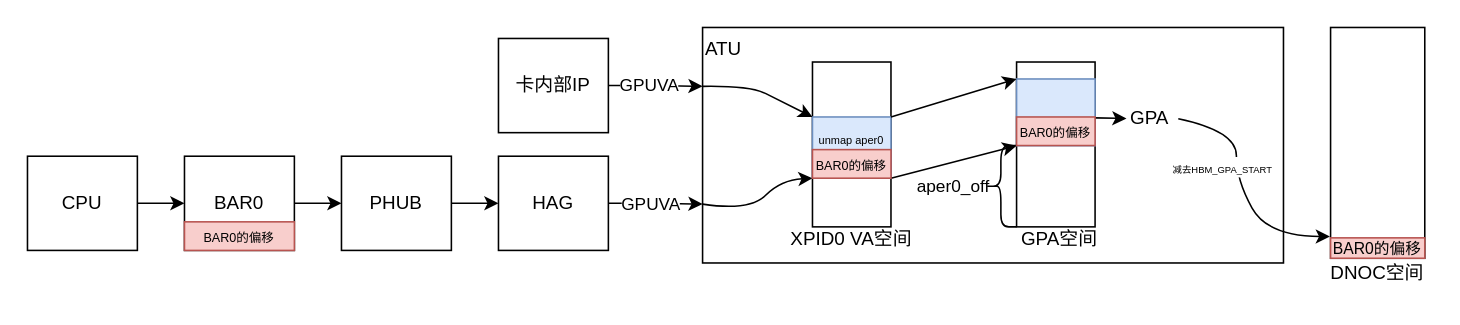
Earlier version of the draw.io diagram hag工作原理图.drawio (denglin12315/drawio_repo). Source tidied: cells renumbered, new cells numbered last; positions are measured from the earlier drawing's top-left corner, leaving out a move shared by most shapes. Both pictures are drawn from the tidied source at 157%, with x=0, y=0 at pixel (27, 27).
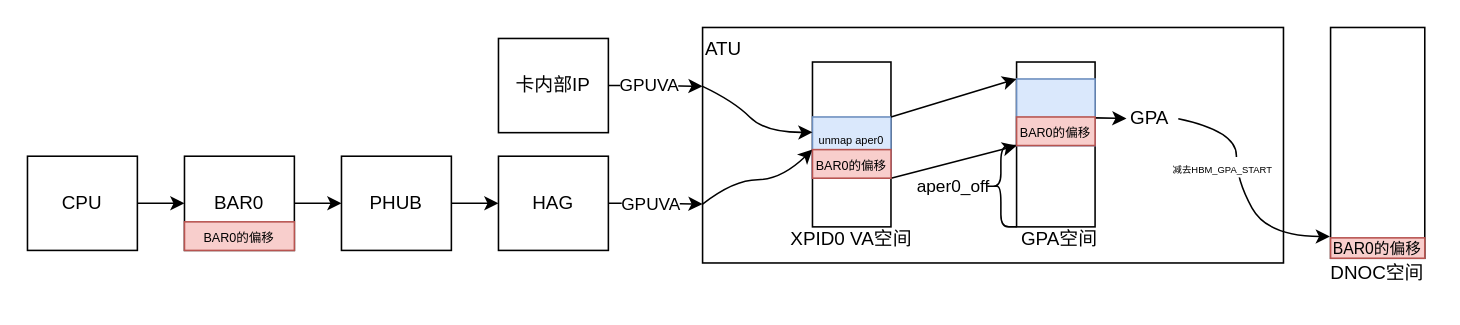
The same page after the edit.

Commit message (it also covers changes not shown here):
更新hag工作原理图.drawio

Unchanged cells that the change refers to:
```xml
<mxCell id="2" value="ATU" style="rounded=0;whiteSpace=wrap;html=1;verticalAlign=top;align=left;" parent="1" vertex="1">
  <mxGeometry x="430" width="370" height="150" as="geometry" />
</mxCell>
<mxCell id="17" value="&lt;font style=&quot;font-size: 7px;&quot;&gt;unmap aper0&lt;/font&gt;" style="rounded=0;whiteSpace=wrap;html=1;fillColor=#dae8fc;strokeColor=#6c8ebf;verticalAlign=top;" parent="1" vertex="1">
  <mxGeometry x="500" y="57" width="50" height="39" as="geometry" />
</mxCell>
<mxCell id="35" value="&lt;font style=&quot;font-size: 8px;&quot;&gt;BAR0的偏移&lt;/font&gt;" style="rounded=0;whiteSpace=wrap;html=1;fillColor=#f8cecc;strokeColor=#b85450;fontSize=10;" parent="1" vertex="1">
  <mxGeometry x="500" y="77.8" width="50" height="18.2" as="geometry" />
</mxCell>
```

The edit, as a diff of the source:
```diff
@@
-    <mxCell id="18" style="curved=1;endArrow=classic;html=1;rounded=0;exitX=0;exitY=0.75;exitDx=0;exitDy=0;entryX=0;entryY=1;entryDx=0;entryDy=0;" parent="1" edge="1" source="2" target="17">
+    <mxCell id="18" style="curved=1;endArrow=classic;html=1;rounded=0;exitX=0;exitY=0.75;exitDx=0;exitDy=0;entryX=0;entryY=0;entryDx=0;entryDy=0;" parent="1" edge="1" source="2" target="35">
       <mxGeometry relative="1" as="geometry">
         <Array as="points">
-          <mxPoint x="460" y="117" />
+          <mxPoint x="450" y="97" />
           <mxPoint x="480" y="97" />
         </Array>
       </mxGeometry>
     </mxCell>
-    <mxCell id="19" style="curved=1;endArrow=classic;html=1;rounded=0;exitX=0;exitY=0.25;exitDx=0;exitDy=0;entryX=0;entryY=0;entryDx=0;entryDy=0;" parent="1" edge="1" source="2" target="17">
+    <mxCell id="19" style="curved=1;endArrow=classic;html=1;rounded=0;exitX=0;exitY=0.25;exitDx=0;exitDy=0;entryX=0;entryY=0.25;entryDx=0;entryDy=0;" parent="1" edge="1" source="2" target="17">
       <mxGeometry relative="1" as="geometry">
         <Array as="points">
-          <mxPoint x="460" y="37" />
-          <mxPoint x="480" y="47" />
+          <mxPoint x="450" y="47" />
+          <mxPoint x="470" y="67" />
         </Array>
       </mxGeometry>
     </mxCell>
```
